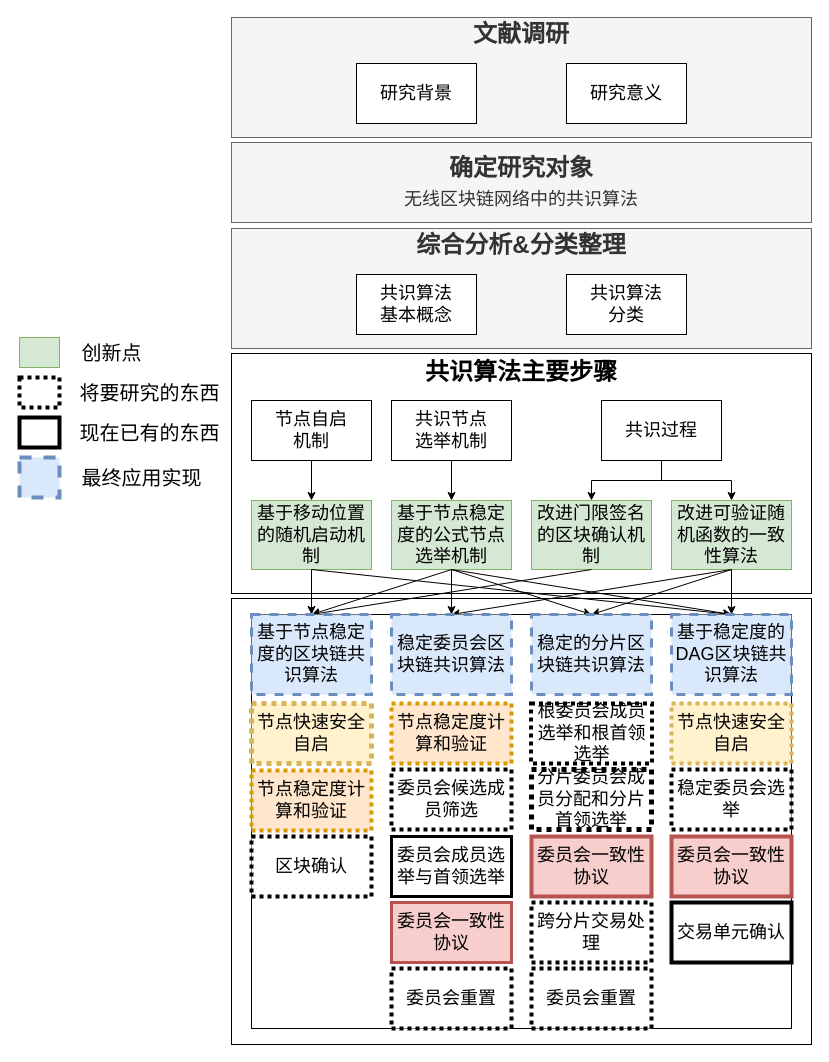
The draw.io diagram page "最终研究路线图" (2 of 3) of PHD Papers/Thesis Proposal/研究路线图.drawio in LiZhang2021/Blockchain, before the edit. Source tidied: cells renumbered, new cells numbered last; positions are measured from the earlier drawing's top-left corner, leaving out a move shared by most shapes. Both pictures are drawn from the tidied source at 100%, with x=0, y=0 at pixel (19, 17).
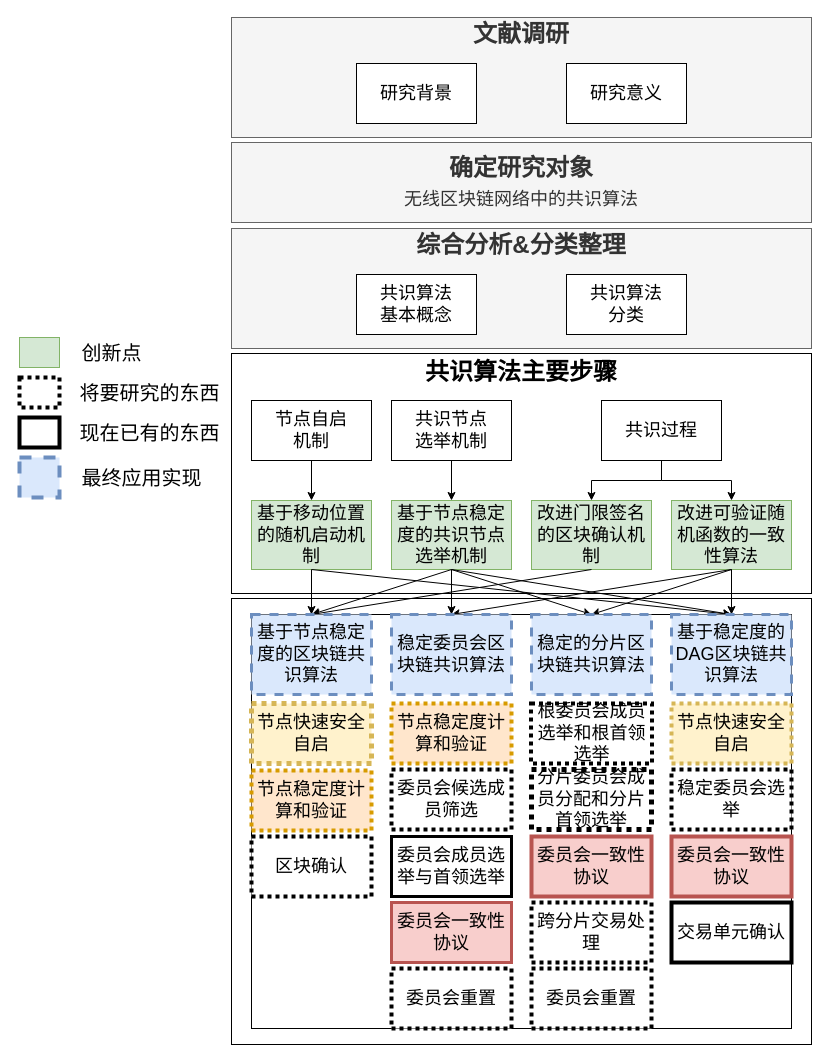
The same page after the edit.

Unchanged cells that the change refers to:
```xml
<mxCell id="15" style="group;" parent="13" vertex="1">
  <mxGeometry x="20" y="47" width="540" height="169" as="geometry" />
</mxCell>
```

Change to the diagram source:
```diff
@@
-    <mxCell id="21" value="基于节点稳定度的公式节点选举机制" style="rounded=0;whiteSpace=wrap;html=1;fontSize=18;fillColor=#d5e8d4;strokeColor=#82b366;" parent="15" vertex="1">
+    <mxCell id="21" value="基于节点稳定度的共识节点选举机制" style="rounded=0;whiteSpace=wrap;html=1;fontSize=18;fillColor=#d5e8d4;strokeColor=#82b366;" parent="15" vertex="1">
       <mxGeometry x="140" y="100" width="120" height="69" as="geometry" />
     </mxCell>
```
